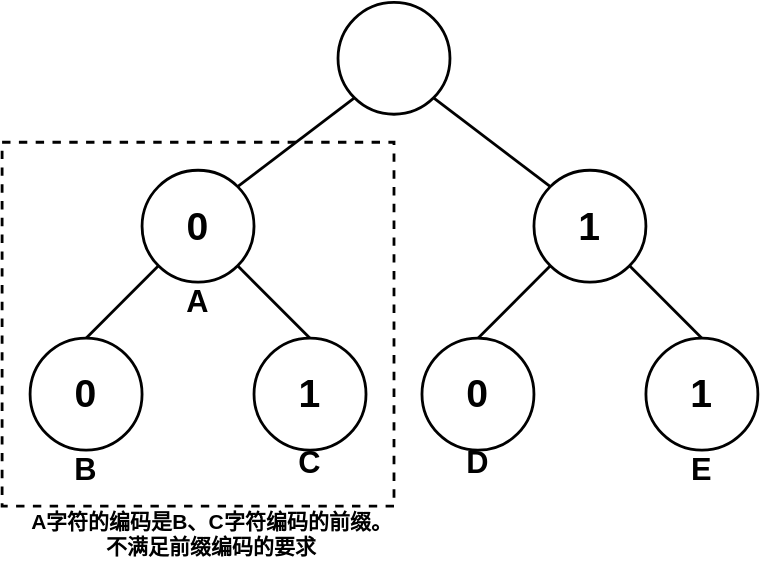
The draw.io diagram pictures/数据结构-哈夫曼编码-前缀编码.drawio.svg in creatern/NoteBook, before a commit. Source tidied: cells renumbered, new cells last; positions are measured from the earlier drawing's top-left corner, leaving out a move shared by most shapes. Source of this version:
```xml
<mxGraphModel>
  <root>
    <mxCell id="0" />
    <mxCell id="1" parent="0" />
    <mxCell id="2" style="rounded=0;whiteSpace=wrap;html=1;fontFamily=Helvetica;fontSize=11;fontColor=default;strokeWidth=2;dashed=1;" parent="1" vertex="1">
      <mxGeometry y="100" width="280" height="260" as="geometry" />
    </mxCell>
    <mxCell id="3" style="rounded=0;jettySize=auto;html=1;exitX=0;exitY=1;exitDx=0;exitDy=0;entryX=1;entryY=0;entryDx=0;entryDy=0;endArrow=none;endFill=0;strokeWidth=2;" parent="1" edge="1" source="5" target="8">
      <mxGeometry relative="1" as="geometry" />
    </mxCell>
    <mxCell id="4" style="edgeStyle=none;shape=connector;rounded=0;jettySize=auto;html=1;exitX=1;exitY=1;exitDx=0;exitDy=0;entryX=0;entryY=0;entryDx=0;entryDy=0;labelBackgroundColor=default;strokeColor=default;strokeWidth=2;fontFamily=Helvetica;fontSize=11;fontColor=default;endArrow=none;endFill=0;" parent="1" edge="1" source="5" target="11">
      <mxGeometry relative="1" as="geometry" />
    </mxCell>
    <mxCell id="5" style="ellipse;whiteSpace=wrap;html=1;strokeWidth=2;" parent="1" vertex="1">
      <mxGeometry x="240" width="80" height="80" as="geometry" />
    </mxCell>
    <mxCell id="6" style="edgeStyle=none;shape=connector;rounded=0;jettySize=auto;html=1;exitX=0;exitY=1;exitDx=0;exitDy=0;entryX=0.5;entryY=0;entryDx=0;entryDy=0;labelBackgroundColor=default;strokeColor=default;strokeWidth=2;fontFamily=Helvetica;fontSize=11;fontColor=default;endArrow=none;endFill=0;" parent="1" edge="1" source="8" target="12">
      <mxGeometry relative="1" as="geometry" />
    </mxCell>
    <mxCell id="7" style="edgeStyle=none;shape=connector;rounded=0;jettySize=auto;html=1;exitX=1;exitY=1;exitDx=0;exitDy=0;entryX=0.5;entryY=0;entryDx=0;entryDy=0;labelBackgroundColor=default;strokeColor=default;strokeWidth=2;fontFamily=Helvetica;fontSize=11;fontColor=default;endArrow=none;endFill=0;" parent="1" edge="1" source="8" target="13">
      <mxGeometry relative="1" as="geometry" />
    </mxCell>
    <mxCell id="8" value="0" style="ellipse;whiteSpace=wrap;html=1;strokeWidth=2;fontSize=28;fontStyle=1;" parent="1" vertex="1">
      <mxGeometry x="100" y="120" width="80" height="80" as="geometry" />
    </mxCell>
    <mxCell id="9" style="edgeStyle=none;shape=connector;rounded=0;jettySize=auto;html=1;exitX=0;exitY=1;exitDx=0;exitDy=0;entryX=0.5;entryY=0;entryDx=0;entryDy=0;labelBackgroundColor=default;strokeColor=default;strokeWidth=2;fontFamily=Helvetica;fontSize=11;fontColor=default;endArrow=none;endFill=0;" parent="1" edge="1" source="11" target="15">
      <mxGeometry relative="1" as="geometry" />
    </mxCell>
    <mxCell id="10" style="edgeStyle=none;shape=connector;rounded=0;jettySize=auto;html=1;exitX=1;exitY=1;exitDx=0;exitDy=0;entryX=0.5;entryY=0;entryDx=0;entryDy=0;labelBackgroundColor=default;strokeColor=default;strokeWidth=2;fontFamily=Helvetica;fontSize=11;fontColor=default;endArrow=none;endFill=0;" parent="1" edge="1" source="11" target="14">
      <mxGeometry relative="1" as="geometry" />
    </mxCell>
    <mxCell id="11" value="1" style="ellipse;whiteSpace=wrap;html=1;strokeWidth=2;fontSize=28;fontStyle=1;" parent="1" vertex="1">
      <mxGeometry x="380" y="120" width="80" height="80" as="geometry" />
    </mxCell>
    <mxCell id="12" value="0" style="ellipse;whiteSpace=wrap;html=1;strokeWidth=2;fontSize=28;fontStyle=1;" parent="1" vertex="1">
      <mxGeometry x="20" y="240" width="80" height="80" as="geometry" />
    </mxCell>
    <mxCell id="13" value="1" style="ellipse;whiteSpace=wrap;html=1;strokeWidth=2;fontSize=28;fontStyle=1;" parent="1" vertex="1">
      <mxGeometry x="180" y="240" width="80" height="80" as="geometry" />
    </mxCell>
    <mxCell id="14" value="1" style="ellipse;whiteSpace=wrap;html=1;strokeWidth=2;fontSize=28;fontStyle=1;" parent="1" vertex="1">
      <mxGeometry x="460" y="240" width="80" height="80" as="geometry" />
    </mxCell>
    <mxCell id="15" value="0" style="ellipse;whiteSpace=wrap;html=1;strokeWidth=2;fontSize=28;fontStyle=1;" parent="1" vertex="1">
      <mxGeometry x="300" y="240" width="80" height="80" as="geometry" />
    </mxCell>
    <mxCell id="16" value="&lt;b&gt;&lt;font style=&quot;font-size: 22px;&quot;&gt;B&lt;/font&gt;&lt;/b&gt;" style="text;html=1;strokeColor=none;fillColor=none;align=center;verticalAlign=middle;whiteSpace=wrap;rounded=0;fontSize=11;fontFamily=Helvetica;fontColor=default;" parent="1" vertex="1">
      <mxGeometry x="30" y="320" width="60" height="30" as="geometry" />
    </mxCell>
    <mxCell id="17" value="&lt;b&gt;&lt;font style=&quot;font-size: 22px;&quot;&gt;A&lt;/font&gt;&lt;/b&gt;" style="text;html=1;strokeColor=none;fillColor=none;align=center;verticalAlign=middle;whiteSpace=wrap;rounded=0;fontSize=11;fontFamily=Helvetica;fontColor=default;" parent="1" vertex="1">
      <mxGeometry x="110" y="200" width="60" height="30" as="geometry" />
    </mxCell>
    <mxCell id="18" value="&lt;b&gt;&lt;font style=&quot;font-size: 22px;&quot;&gt;C&lt;/font&gt;&lt;/b&gt;" style="text;html=1;strokeColor=none;fillColor=none;align=center;verticalAlign=middle;whiteSpace=wrap;rounded=0;fontSize=11;fontFamily=Helvetica;fontColor=default;" parent="1" vertex="1">
      <mxGeometry x="190" y="315" width="60" height="30" as="geometry" />
    </mxCell>
    <mxCell id="19" value="&lt;b&gt;&lt;font style=&quot;font-size: 22px;&quot;&gt;D&lt;/font&gt;&lt;/b&gt;" style="text;html=1;strokeColor=none;fillColor=none;align=center;verticalAlign=middle;whiteSpace=wrap;rounded=0;fontSize=11;fontFamily=Helvetica;fontColor=default;" parent="1" vertex="1">
      <mxGeometry x="310" y="315" width="60" height="30" as="geometry" />
    </mxCell>
    <mxCell id="20" value="&lt;b&gt;&lt;font style=&quot;font-size: 22px;&quot;&gt;E&lt;/font&gt;&lt;/b&gt;" style="text;html=1;strokeColor=none;fillColor=none;align=center;verticalAlign=middle;whiteSpace=wrap;rounded=0;fontSize=11;fontFamily=Helvetica;fontColor=default;" parent="1" vertex="1">
      <mxGeometry x="470" y="320" width="60" height="30" as="geometry" />
    </mxCell>
    <mxCell id="21" value="&lt;b style=&quot;font-size: 15px;&quot;&gt;A字符的编码是B、C字符编码的前缀。不满足前缀编码的要求&lt;/b&gt;" style="text;html=1;strokeColor=none;fillColor=none;align=center;verticalAlign=middle;whiteSpace=wrap;rounded=0;fontSize=15;fontFamily=Helvetica;fontColor=default;" parent="1" vertex="1">
      <mxGeometry x="20" y="350" width="260" height="60" as="geometry" />
    </mxCell>
  </root>
</mxGraphModel>
```
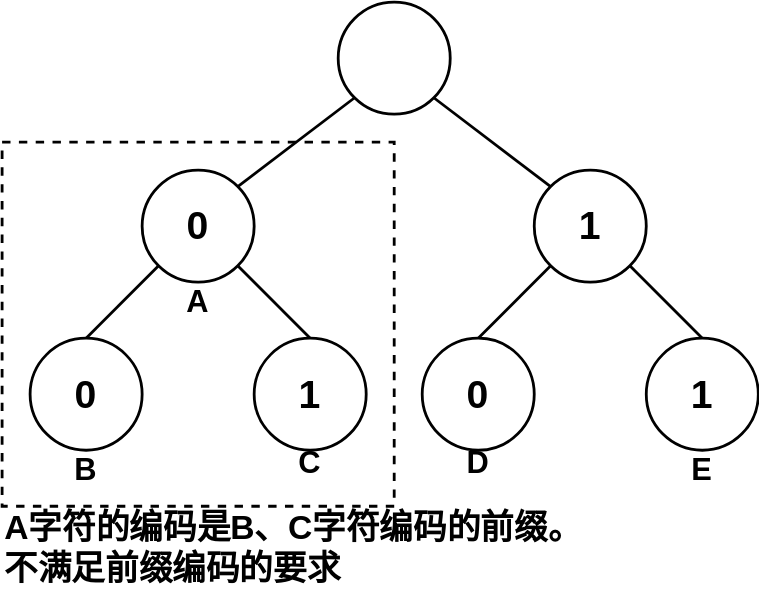
Above is the later version.

Change to the diagram source:
```diff
@@ -59,8 +59,8 @@
     <mxCell id="20" value="&lt;b&gt;&lt;font style=&quot;font-size: 22px;&quot;&gt;E&lt;/font&gt;&lt;/b&gt;" style="text;html=1;strokeColor=none;fillColor=none;align=center;verticalAlign=middle;whiteSpace=wrap;rounded=0;fontSize=11;fontFamily=Helvetica;fontColor=default;" parent="1" vertex="1">
       <mxGeometry x="470" y="320" width="60" height="30" as="geometry" />
     </mxCell>
-    <mxCell id="21" value="&lt;b style=&quot;font-size: 15px;&quot;&gt;A字符的编码是B、C字符编码的前缀。不满足前缀编码的要求&lt;/b&gt;" style="text;html=1;strokeColor=none;fillColor=none;align=center;verticalAlign=middle;whiteSpace=wrap;rounded=0;fontSize=15;fontFamily=Helvetica;fontColor=default;" parent="1" vertex="1">
-      <mxGeometry x="20" y="350" width="260" height="60" as="geometry" />
+    <mxCell id="21" value="&lt;b style=&quot;font-size: 24px;&quot;&gt;A字符的编码是B、C字符编码的前缀。&lt;br&gt;不满足前缀编码的要求&lt;/b&gt;" style="text;html=1;strokeColor=none;fillColor=none;align=left;verticalAlign=middle;whiteSpace=wrap;rounded=0;fontSize=24;fontFamily=Helvetica;fontColor=default;" parent="1" vertex="1">
+      <mxGeometry y="360" width="430" height="60" as="geometry" />
     </mxCell>
   </root>
 </mxGraphModel>
```
